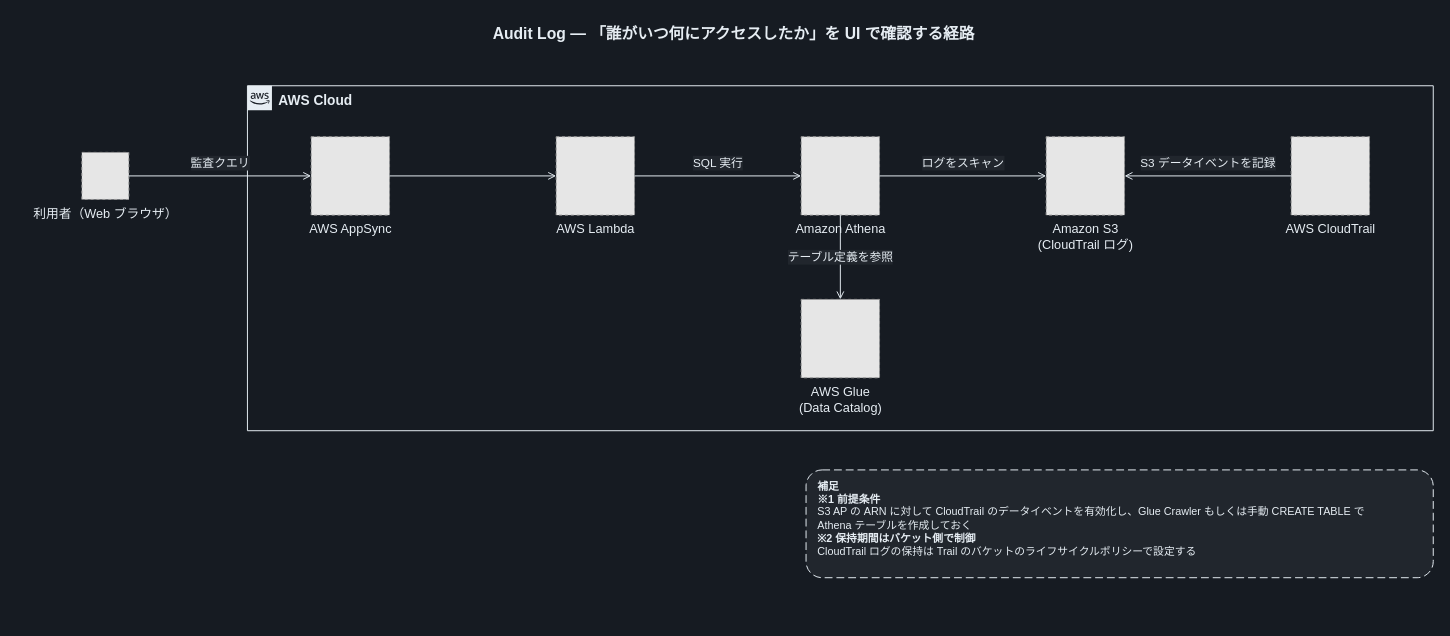
Yoshiki0705/FSx-for-ONTAP-S3AccessPoints-Serverless-Patterns keeps this draw.io diagram as docs/diagrams/dark/part2-audit-log-pipeline.drawio. Above is the earlier version. Source tidied: cells renumbered, new cells numbered last; positions are measured from the earlier drawing's top-left corner, leaving out a move shared by most shapes. Both pictures are drawn from the tidied source at 98%, with x=0, y=0 at pixel (33, 17). Pictures stored in the file or linked from it are replaced by grey dashed boxes.
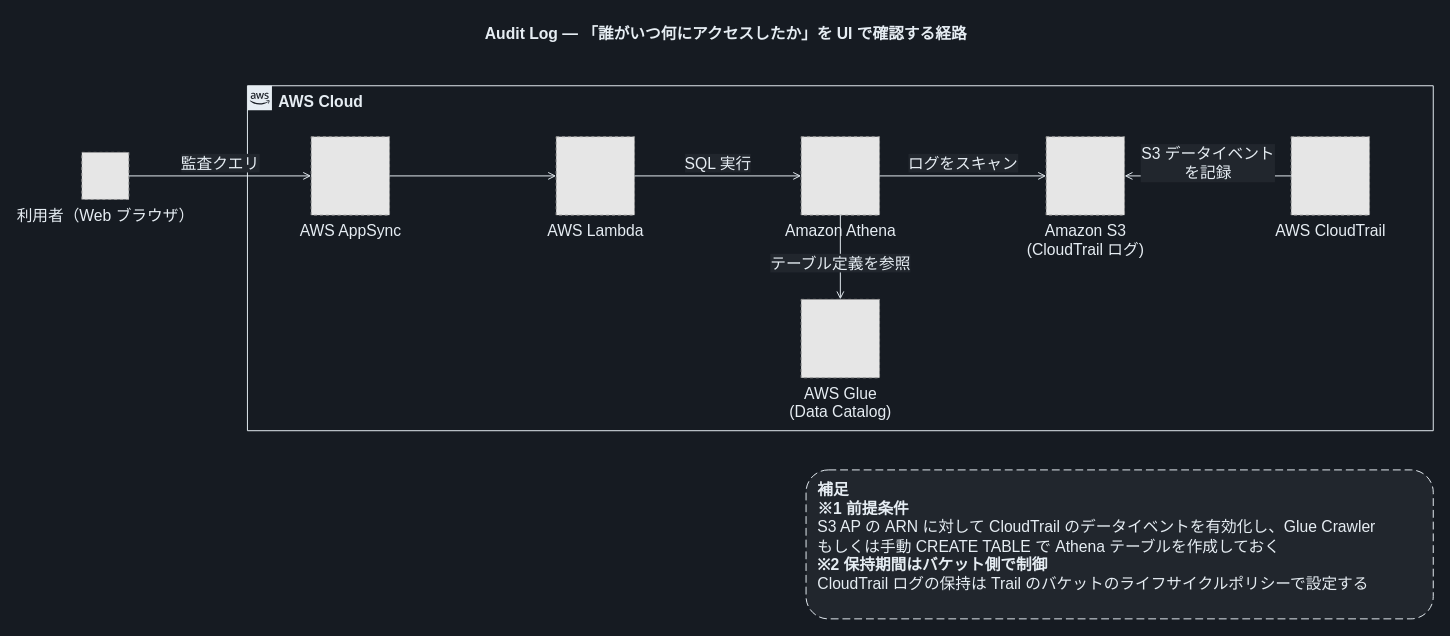
After the change.

Change to the diagram source:
```diff
@@
     <mxCell id="2" value="Audit Log — 「誰がいつ何にアクセスしたか」を UI で確認する経路" style="text;html=1;align=center;verticalAlign=middle;fontSize=16;fontStyle=1;fontColor=#E6EDF3;" parent="1" vertex="1">
-      <mxGeometry width="1428" height="34" as="geometry" />
+      <mxGeometry x="-17" width="1445" height="34" as="geometry" />
     </mxCell>
-    <mxCell id="3" value="AWS Cloud" style="gradientColor=none;html=1;whiteSpace=wrap;fontSize=14;fontStyle=1;shape=mxgraph.aws4.group;grIcon=mxgraph.aws4.group_aws_cloud_alt;strokeColor=#E6EDF3;fillColor=none;verticalAlign=top;align=left;spacingLeft=30;fontColor=#E6EDF3;dashed=0;" parent="1" vertex="1">
+    <mxCell id="3" value="AWS Cloud" style="gradientColor=none;html=1;whiteSpace=wrap;fontSize=16;fontStyle=1;shape=mxgraph.aws4.group;grIcon=mxgraph.aws4.group_aws_cloud_alt;strokeColor=#E6EDF3;fillColor=none;verticalAlign=top;align=left;spacingLeft=30;fontColor=#E6EDF3;dashed=0;" parent="1" vertex="1">
       <mxGeometry x="218" y="70" width="1210" height="352" as="geometry" />
     </mxCell>
-    <mxCell id="4" value="利用者（Web ブラウザ）" style="fillColor=#E6E6E6;strokeColor=#999999;dashed=1;html=1;verticalLabelPosition=bottom;verticalAlign=top;labelPosition=center;align=center;fontSize=13;fontColor=#E6EDF3;" parent="1" vertex="1">
+    <mxCell id="4" value="利用者（Web ブラウザ）" style="fillColor=#E6E6E6;strokeColor=#999999;dashed=1;html=1;verticalLabelPosition=bottom;verticalAlign=top;labelPosition=center;align=center;fontSize=16;fontColor=#E6EDF3;" parent="1" vertex="1">
       <mxGeometry x="49" y="138" width="48" height="48" as="geometry" />
     </mxCell>
-    <mxCell id="5" value="AWS AppSync" style="fillColor=#E6E6E6;strokeColor=#999999;dashed=1;html=1;verticalLabelPosition=bottom;verticalAlign=top;labelPosition=center;align=center;fontSize=13;fontColor=#E6EDF3;" parent="1" vertex="1">
+    <mxCell id="5" value="AWS AppSync" style="fillColor=#E6E6E6;strokeColor=#999999;dashed=1;html=1;verticalLabelPosition=bottom;verticalAlign=top;labelPosition=center;align=center;fontSize=16;fontColor=#E6EDF3;" parent="1" vertex="1">
       <mxGeometry x="283" y="122" width="80" height="80" as="geometry" />
     </mxCell>
-    <mxCell id="6" value="AWS Lambda" style="fillColor=#E6E6E6;strokeColor=#999999;dashed=1;html=1;verticalLabelPosition=bottom;verticalAlign=top;labelPosition=center;align=center;fontSize=13;fontColor=#E6EDF3;" parent="1" vertex="1">
+    <mxCell id="6" value="AWS Lambda" style="fillColor=#E6E6E6;strokeColor=#999999;dashed=1;html=1;verticalLabelPosition=bottom;verticalAlign=top;labelPosition=center;align=center;fontSize=16;fontColor=#E6EDF3;" parent="1" vertex="1">
       <mxGeometry x="533" y="122" width="80" height="80" as="geometry" />
     </mxCell>
-    <mxCell id="7" value="Amazon Athena" style="fillColor=#E6E6E6;strokeColor=#999999;dashed=1;html=1;verticalLabelPosition=bottom;verticalAlign=top;labelPosition=center;align=center;fontSize=13;fontColor=#E6EDF3;" parent="1" vertex="1">
+    <mxCell id="7" value="Amazon Athena" style="fillColor=#E6E6E6;strokeColor=#999999;dashed=1;html=1;verticalLabelPosition=bottom;verticalAlign=top;labelPosition=center;align=center;fontSize=16;fontColor=#E6EDF3;" parent="1" vertex="1">
       <mxGeometry x="783" y="122" width="80" height="80" as="geometry" />
     </mxCell>
-    <mxCell id="8" value="AWS Glue&lt;br&gt;(Data Catalog)" style="fillColor=#E6E6E6;strokeColor=#999999;dashed=1;html=1;verticalLabelPosition=bottom;verticalAlign=top;labelPosition=center;align=center;fontSize=13;fontColor=#E6EDF3;" parent="1" vertex="1">
+    <mxCell id="8" value="AWS Glue&lt;br&gt;(Data Catalog)" style="fillColor=#E6E6E6;strokeColor=#999999;dashed=1;html=1;verticalLabelPosition=bottom;verticalAlign=top;labelPosition=center;align=center;fontSize=16;fontColor=#E6EDF3;" parent="1" vertex="1">
       <mxGeometry x="783" y="288" width="80" height="80" as="geometry" />
     </mxCell>
-    <mxCell id="9" value="Amazon S3&lt;br&gt;(CloudTrail ログ)" style="fillColor=#E6E6E6;strokeColor=#999999;dashed=1;html=1;verticalLabelPosition=bottom;verticalAlign=top;labelPosition=center;align=center;fontSize=13;fontColor=#E6EDF3;" parent="1" vertex="1">
+    <mxCell id="9" value="Amazon S3&lt;br&gt;(CloudTrail ログ)" style="fillColor=#E6E6E6;strokeColor=#999999;dashed=1;html=1;verticalLabelPosition=bottom;verticalAlign=top;labelPosition=center;align=center;fontSize=16;fontColor=#E6EDF3;" parent="1" vertex="1">
       <mxGeometry x="1033" y="122" width="80" height="80" as="geometry" />
     </mxCell>
-    <mxCell id="10" value="AWS CloudTrail" style="fillColor=#E6E6E6;strokeColor=#999999;dashed=1;html=1;verticalLabelPosition=bottom;verticalAlign=top;labelPosition=center;align=center;fontSize=13;fontColor=#E6EDF3;" parent="1" vertex="1">
+    <mxCell id="10" value="AWS CloudTrail" style="fillColor=#E6E6E6;strokeColor=#999999;dashed=1;html=1;verticalLabelPosition=bottom;verticalAlign=top;labelPosition=center;align=center;fontSize=16;fontColor=#E6EDF3;" parent="1" vertex="1">
       <mxGeometry x="1283" y="122" width="80" height="80" as="geometry" />
     </mxCell>
-    <mxCell id="11" value="監査クエリ" style="edgeStyle=orthogonalEdgeStyle;rounded=0;jettySize=auto;html=1;endArrow=open;endFill=0;strokeColor=#E6EDF3;strokeWidth=1;fontSize=12;fontColor=#E6EDF3;labelBackgroundColor=#21262D;" parent="1" edge="1" source="4" target="5">
+    <mxCell id="11" value="監査クエリ" style="edgeStyle=orthogonalEdgeStyle;rounded=0;jettySize=auto;html=1;endArrow=open;endFill=0;strokeColor=#E6EDF3;strokeWidth=1;fontSize=16;fontColor=#E6EDF3;labelBackgroundColor=#21262D;" parent="1" edge="1" source="4" target="5">
       <mxGeometry relative="1" as="geometry">
         <mxPoint y="-13" as="offset" />
       </mxGeometry>
     </mxCell>
-    <mxCell id="12" style="edgeStyle=orthogonalEdgeStyle;rounded=0;jettySize=auto;html=1;endArrow=open;endFill=0;strokeColor=#E6EDF3;strokeWidth=1;fontSize=12;fontColor=#E6EDF3;labelBackgroundColor=#21262D;" parent="1" edge="1" source="5" target="6">
+    <mxCell id="12" style="edgeStyle=orthogonalEdgeStyle;rounded=0;jettySize=auto;html=1;endArrow=open;endFill=0;strokeColor=#E6EDF3;strokeWidth=1;fontSize=16;fontColor=#E6EDF3;labelBackgroundColor=#21262D;" parent="1" edge="1" source="5" target="6">
       <mxGeometry relative="1" as="geometry" />
     </mxCell>
-    <mxCell id="13" value="SQL 実行" style="edgeStyle=orthogonalEdgeStyle;rounded=0;jettySize=auto;html=1;endArrow=open;endFill=0;strokeColor=#E6EDF3;strokeWidth=1;fontSize=12;fontColor=#E6EDF3;labelBackgroundColor=#21262D;" parent="1" edge="1" source="6" target="7">
+    <mxCell id="13" value="SQL 実行" style="edgeStyle=orthogonalEdgeStyle;rounded=0;jettySize=auto;html=1;endArrow=open;endFill=0;strokeColor=#E6EDF3;strokeWidth=1;fontSize=16;fontColor=#E6EDF3;labelBackgroundColor=#21262D;" parent="1" edge="1" source="6" target="7">
       <mxGeometry relative="1" as="geometry">
         <mxPoint y="-13" as="offset" />
       </mxGeometry>
     </mxCell>
-    <mxCell id="14" value="テーブル定義を参照" style="edgeStyle=orthogonalEdgeStyle;rounded=0;jettySize=auto;html=1;endArrow=open;endFill=0;strokeColor=#E6EDF3;strokeWidth=1;fontSize=12;fontColor=#E6EDF3;labelBackgroundColor=#21262D;" parent="1" edge="1" source="7" target="8">
-      <mxGeometry relative="1" as="geometry" />
+    <mxCell id="14" value="テーブル定義を参照" style="edgeStyle=orthogonalEdgeStyle;rounded=0;jettySize=auto;html=1;endArrow=open;endFill=0;strokeColor=#E6EDF3;strokeWidth=1;fontSize=16;fontColor=#E6EDF3;labelBackgroundColor=#21262D;" parent="1" edge="1" source="7" target="8">
+      <mxGeometry relative="1" as="geometry">
+        <mxPoint y="6" as="offset" />
+      </mxGeometry>
     </mxCell>
-    <mxCell id="15" value="ログをスキャン" style="edgeStyle=orthogonalEdgeStyle;rounded=0;jettySize=auto;html=1;endArrow=open;endFill=0;strokeColor=#E6EDF3;strokeWidth=1;fontSize=12;fontColor=#E6EDF3;labelBackgroundColor=#21262D;" parent="1" edge="1" source="7" target="9">
+    <mxCell id="15" value="ログをスキャン" style="edgeStyle=orthogonalEdgeStyle;rounded=0;jettySize=auto;html=1;endArrow=open;endFill=0;strokeColor=#E6EDF3;strokeWidth=1;fontSize=16;fontColor=#E6EDF3;labelBackgroundColor=#21262D;" parent="1" edge="1" source="7" target="9">
       <mxGeometry relative="1" as="geometry">
         <mxPoint y="-13" as="offset" />
       </mxGeometry>
     </mxCell>
-    <mxCell id="16" value="S3 データイベントを記録" style="edgeStyle=orthogonalEdgeStyle;rounded=0;jettySize=auto;html=1;endArrow=open;endFill=0;strokeColor=#E6EDF3;strokeWidth=1;fontSize=12;fontColor=#E6EDF3;labelBackgroundColor=#21262D;" parent="1" edge="1" source="10" target="9">
+    <mxCell id="16" value="S3 データイベント&lt;br&gt;を記録" style="edgeStyle=orthogonalEdgeStyle;rounded=0;jettySize=auto;html=1;endArrow=open;endFill=0;strokeColor=#E6EDF3;strokeWidth=1;fontSize=16;fontColor=#E6EDF3;labelBackgroundColor=#21262D;" parent="1" edge="1" source="10" target="9">
       <mxGeometry relative="1" as="geometry">
         <mxPoint y="-13" as="offset" />
       </mxGeometry>
     </mxCell>
-    <mxCell id="17" value="&lt;b&gt;補足&lt;/b&gt;&lt;br&gt;&lt;b&gt;※1 前提条件&lt;/b&gt;&lt;br&gt;S3 AP の ARN に対して CloudTrail のデータイベントを有効化し、Glue Crawler もしくは手動 CREATE TABLE で&lt;br&gt;Athena テーブルを作成しておく&lt;br&gt;&lt;b&gt;※2 保持期間はバケット側で制御&lt;/b&gt;&lt;br&gt;CloudTrail ログの保持は Trail のバケットのライフサイクルポリシーで設定する" style="rounded=1;whiteSpace=wrap;html=1;dashed=1;dashPattern=8 4;strokeColor=#E6EDF3;fillColor=#21262D;align=left;verticalAlign=top;spacingLeft=10;spacingTop=4;fontSize=11;fontColor=#E6EDF3;" parent="1" vertex="1">
-      <mxGeometry x="788" y="462" width="640" height="110" as="geometry" />
+    <mxCell id="17" value="&lt;b&gt;補足&lt;/b&gt;&lt;br&gt;&lt;b&gt;※1 前提条件&lt;/b&gt;&lt;br&gt;S3 AP の ARN に対して CloudTrail のデータイベントを有効化し、Glue Crawler&lt;br&gt;もしくは手動 CREATE TABLE で Athena テーブルを作成しておく&lt;br&gt;&lt;b&gt;※2 保持期間はバケット側で制御&lt;/b&gt;&lt;br&gt;CloudTrail ログの保持は Trail のバケットのライフサイクルポリシーで設定する" style="rounded=1;whiteSpace=wrap;html=1;dashed=1;dashPattern=8 4;strokeColor=#E6EDF3;fillColor=#21262D;align=left;verticalAlign=top;spacingLeft=10;spacingTop=4;fontSize=16;fontColor=#E6EDF3;" parent="1" vertex="1">
+      <mxGeometry x="788" y="462" width="640" height="152" as="geometry" />
     </mxCell>
```
